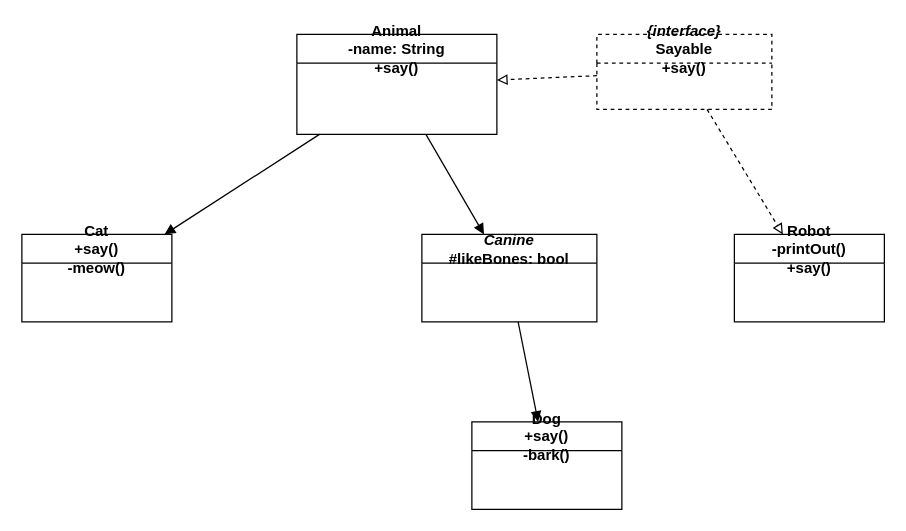
dongjun-hwang/AA keeps this draw.io diagram as Perplexity.drawio. Above is the earlier version. Source tidied: cells renumbered, new cells numbered last; positions are measured from the earlier drawing's top-left corner, leaving out a move shared by most shapes. Both pictures are drawn from the tidied source at 125%, with x=0, y=0 at pixel (21, 34).
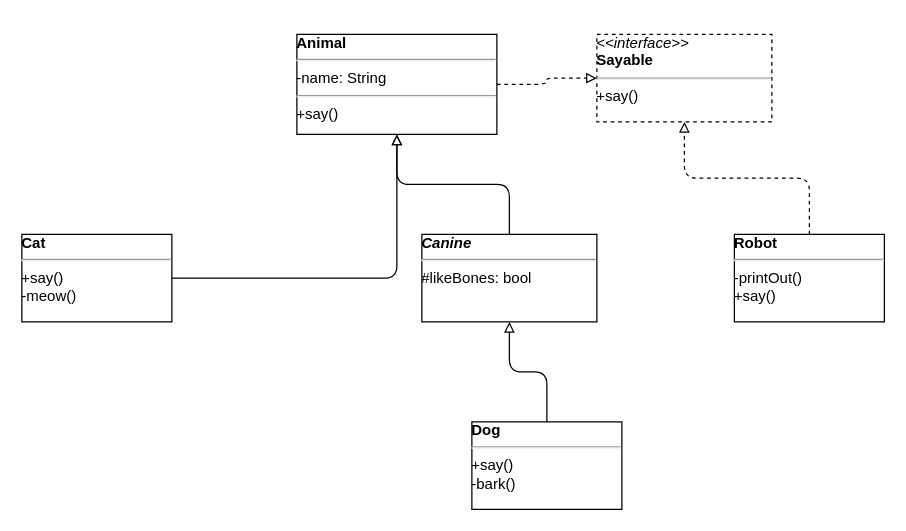
After the change.

What changed in the source:
```diff
@@
 <mxGraphModel>
   <root>
     <mxCell id="0" />
     <mxCell id="1" parent="0" />
-    <mxCell id="2" value="&lt;b&gt;Animal&lt;/b&gt;&lt;br&gt;-name: String&lt;br&gt;+say()" style="swimlane;html=1;whiteSpace=wrap;" parent="1" vertex="1">
+    <mxCell id="2" value="&lt;b&gt;Animal&lt;/b&gt;&lt;hr&gt;-name: String&lt;hr&gt;+say()" style="verticalAlign=top;align=left;overflow=fill;fontSize=12;fontFamily=Helvetica;html=1;whiteSpace=wrap;" parent="1" vertex="1">
       <mxGeometry x="220" width="160" height="80" as="geometry" />
     </mxCell>
-    <mxCell id="3" value="&lt;i&gt;{interface}&lt;/i&gt;&lt;br&gt;Sayable&lt;br&gt;+say()" style="swimlane;html=1;whiteSpace=wrap;dashed=1;" parent="1" vertex="1">
-      <mxGeometry x="460" width="140" height="60" as="geometry" />
+    <mxCell id="3" value="&lt;i&gt;&amp;lt;&amp;lt;interface&amp;gt;&amp;gt;&lt;/i&gt;&lt;br&gt;&lt;b&gt;Sayable&lt;/b&gt;&lt;hr&gt;+say()" style="verticalAlign=top;align=left;overflow=fill;fontSize=12;fontFamily=Helvetica;html=1;whiteSpace=wrap;dashed=1;" parent="1" vertex="1">
+      <mxGeometry x="460" width="140" height="70" as="geometry" />
     </mxCell>
-    <mxCell id="4" value="Cat&lt;br&gt;+say()&lt;br&gt;-meow()" style="swimlane;html=1;whiteSpace=wrap;" parent="1" vertex="1">
+    <mxCell id="4" value="&lt;b&gt;Cat&lt;/b&gt;&lt;hr&gt;+say()&lt;br&gt;-meow()" style="verticalAlign=top;align=left;overflow=fill;fontSize=12;fontFamily=Helvetica;html=1;whiteSpace=wrap;" parent="1" vertex="1">
       <mxGeometry y="160" width="120" height="70" as="geometry" />
     </mxCell>
-    <mxCell id="5" value="&lt;i&gt;Canine&lt;/i&gt;&lt;br&gt;#likeBones: bool" style="swimlane;html=1;whiteSpace=wrap;" parent="1" vertex="1">
+    <mxCell id="5" value="&lt;i&gt;&lt;b&gt;Canine&lt;/b&gt;&lt;/i&gt;&lt;hr&gt;#likeBones: bool" style="verticalAlign=top;align=left;overflow=fill;fontSize=12;fontFamily=Helvetica;html=1;whiteSpace=wrap;" parent="1" vertex="1">
       <mxGeometry x="320" y="160" width="140" height="70" as="geometry" />
     </mxCell>
-    <mxCell id="6" value="Dog&lt;br&gt;+say()&lt;br&gt;-bark()" style="swimlane;html=1;whiteSpace=wrap;" parent="1" vertex="1">
+    <mxCell id="6" value="&lt;b&gt;Dog&lt;/b&gt;&lt;hr&gt;+say()&lt;br&gt;-bark()" style="verticalAlign=top;align=left;overflow=fill;fontSize=12;fontFamily=Helvetica;html=1;whiteSpace=wrap;" parent="1" vertex="1">
       <mxGeometry x="360" y="310" width="120" height="70" as="geometry" />
     </mxCell>
-    <mxCell id="7" value="Robot&lt;br&gt;-printOut()&lt;br&gt;+say()" style="swimlane;html=1;whiteSpace=wrap;" parent="1" vertex="1">
+    <mxCell id="7" value="&lt;b&gt;Robot&lt;/b&gt;&lt;hr&gt;-printOut()&lt;br&gt;+say()" style="verticalAlign=top;align=left;overflow=fill;fontSize=12;fontFamily=Helvetica;html=1;whiteSpace=wrap;" parent="1" vertex="1">
       <mxGeometry x="570" y="160" width="120" height="70" as="geometry" />
     </mxCell>
-    <mxCell id="8" style="endArrow=block;endFill=1;html=1;" parent="1" edge="1" source="2" target="4">
-      <mxGeometry relative="1" as="geometry" />
+    <mxCell id="8" style="endArrow=block;endFill=0;html=1;edgeStyle=orthogonalEdgeStyle;align=left;verticalAlign=top;" parent="1" edge="1" source="4" target="2">
+      <mxGeometry x="-1" relative="1" as="geometry" />
     </mxCell>
-    <mxCell id="9" style="endArrow=block;endFill=1;html=1;" parent="1" edge="1" source="2" target="5">
-      <mxGeometry relative="1" as="geometry" />
+    <mxCell id="9" style="endArrow=block;endFill=0;html=1;edgeStyle=orthogonalEdgeStyle;align=left;verticalAlign=top;" parent="1" edge="1" source="5" target="2">
+      <mxGeometry x="-1" relative="1" as="geometry" />
     </mxCell>
-    <mxCell id="10" style="endArrow=block;endFill=1;html=1;" parent="1" edge="1" source="5" target="6">
-      <mxGeometry relative="1" as="geometry" />
+    <mxCell id="10" style="endArrow=block;endFill=0;html=1;edgeStyle=orthogonalEdgeStyle;align=left;verticalAlign=top;" parent="1" edge="1" source="6" target="5">
+      <mxGeometry x="-1" relative="1" as="geometry" />
     </mxCell>
-    <mxCell id="11" style="endArrow=block;endFill=0;dashed=1;html=1;" parent="1" edge="1" source="3" target="2">
-      <mxGeometry relative="1" as="geometry" />
+    <mxCell id="11" style="endArrow=block;endFill=0;dashed=1;html=1;edgeStyle=orthogonalEdgeStyle;align=left;verticalAlign=top;" parent="1" edge="1" source="2" target="3">
+      <mxGeometry x="-1" relative="1" as="geometry" />
     </mxCell>
-    <mxCell id="12" style="endArrow=block;endFill=0;dashed=1;html=1;" parent="1" edge="1" source="3" target="7">
-      <mxGeometry relative="1" as="geometry" />
+    <mxCell id="12" style="endArrow=block;endFill=0;dashed=1;html=1;edgeStyle=orthogonalEdgeStyle;align=left;verticalAlign=top;" parent="1" edge="1" source="7" target="3">
+      <mxGeometry x="-1" relative="1" as="geometry" />
     </mxCell>
   </root>
 </mxGraphModel>
```
